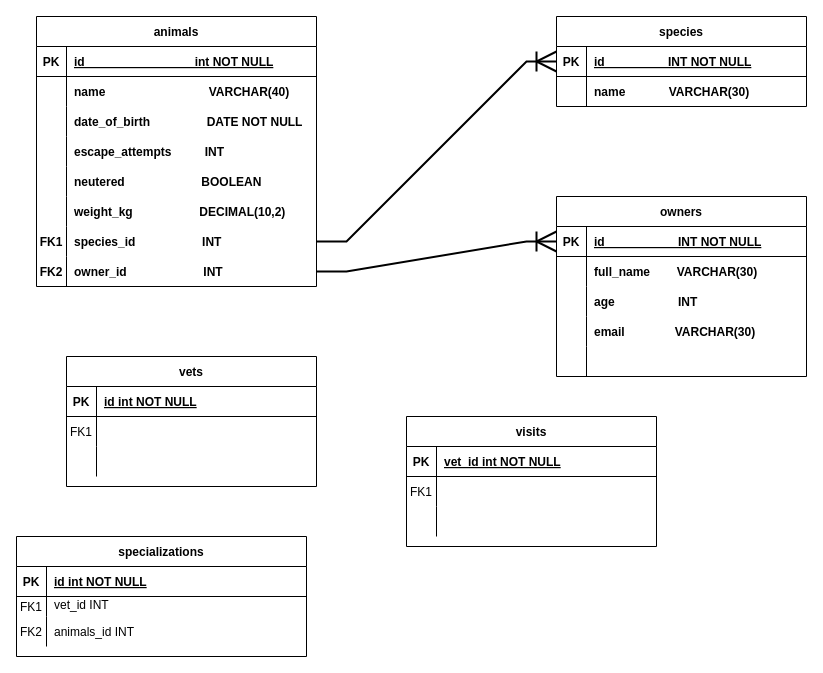
The draw.io diagram Untitled Diagram.drawio in mpa-mxiang/vet-clinic, before the edit. Source tidied: cells renumbered, new cells numbered last; positions are measured from the earlier drawing's top-left corner, leaving out a move shared by most shapes. Both pictures are drawn from the tidied source at 100%, with x=0, y=0 at pixel (16, 16).
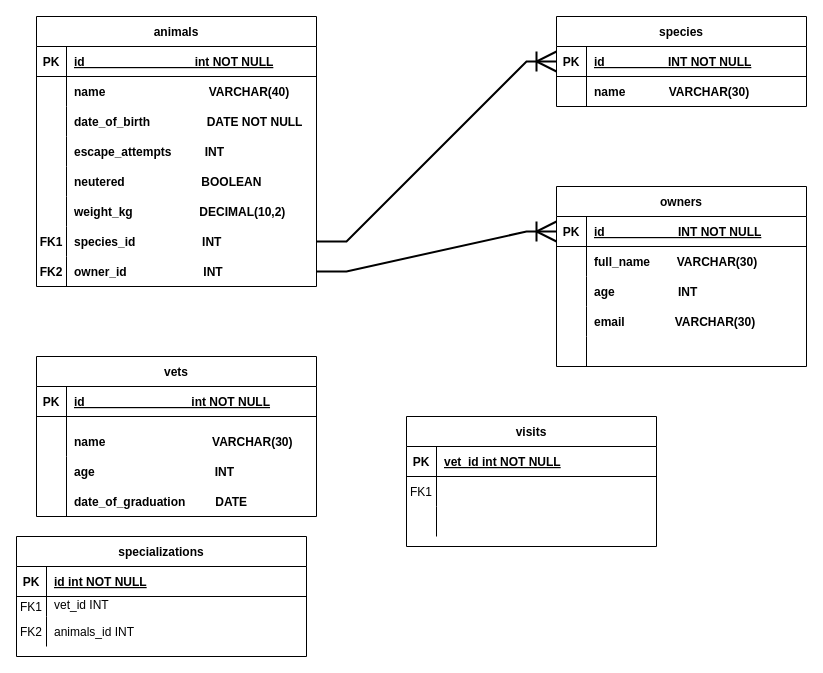
Above is the later version.

Commit message:
VETS TABLE CREATED AND DONE

What changed in the source:
```diff
@@
     <mxCell id="2" value="owners" style="shape=table;startSize=30;childLayout=tableLayout;rowLines=0;fontStyle=1;align=center;" parent="1" vertex="1">
-      <mxGeometry x="540" y="180" width="250" height="180" as="geometry" />
+      <mxGeometry x="540" y="170" width="250" height="180" as="geometry" />
     </mxCell>
@@
     <mxCell id="50" value="vets" style="shape=table;startSize=30;childLayout=tableLayout;rowLines=0;fontStyle=1;align=center;" parent="1" vertex="1">
-      <mxGeometry x="50" y="340" width="250" height="130" as="geometry" />
+      <mxGeometry x="20" y="340" width="280" height="160" as="geometry" />
     </mxCell>
     <mxCell id="51" style="shape=partialRectangle;fillColor=none;top=0;left=0;right=0;bottom=1;" parent="50" vertex="1">
-      <mxGeometry y="30" width="250" height="30" as="geometry" />
+      <mxGeometry y="30" width="280" height="30" as="geometry" />
     </mxCell>
@@
-    <mxCell id="53" value="id int NOT NULL " style="shape=partialRectangle;overflow=hidden;fillColor=none;top=0;left=0;bottom=0;right=0;align=left;spacingLeft=6;fontStyle=5;" parent="51" vertex="1">
-      <mxGeometry x="30" width="220" height="30" as="geometry" />
+    <mxCell id="53" value="id                                int NOT NULL " style="shape=partialRectangle;overflow=hidden;fillColor=none;top=0;left=0;bottom=0;right=0;align=left;spacingLeft=6;fontStyle=5;" parent="51" vertex="1">
+      <mxGeometry x="30" width="250" height="30" as="geometry" />
     </mxCell>
     <mxCell id="54" style="shape=partialRectangle;fillColor=none;top=0;left=0;right=0;bottom=0;" parent="50" vertex="1">
-      <mxGeometry y="60" width="250" height="30" as="geometry" />
+      <mxGeometry y="60" width="280" height="40" as="geometry" />
     </mxCell>
-    <mxCell id="55" value="FK1" style="shape=partialRectangle;overflow=hidden;fillColor=none;top=0;left=0;bottom=0;right=0;" parent="54" vertex="1">
-      <mxGeometry width="30" height="30" as="geometry" />
+    <mxCell id="55" style="shape=partialRectangle;overflow=hidden;fillColor=none;top=0;left=0;bottom=0;right=0;" parent="54" vertex="1">
+      <mxGeometry width="30" height="40" as="geometry" />
     </mxCell>
     <mxCell id="56" style="shape=partialRectangle;overflow=hidden;fillColor=none;top=0;left=0;bottom=0;right=0;align=left;spacingLeft=6;" parent="54" vertex="1">
-      <mxGeometry x="30" width="220" height="30" as="geometry" />
+      <mxGeometry x="30" width="250" height="40" as="geometry" />
     </mxCell>
     <mxCell id="57" style="shape=partialRectangle;fillColor=none;top=0;left=0;right=0;bottom=0;" parent="50" vertex="1">
-      <mxGeometry y="90" width="250" height="30" as="geometry" />
+      <mxGeometry y="100" width="280" height="60" as="geometry" />
     </mxCell>
     <mxCell id="58" style="shape=partialRectangle;overflow=hidden;fillColor=none;top=0;left=0;bottom=0;right=0;" parent="57" vertex="1">
-      <mxGeometry width="30" height="30" as="geometry" />
+      <mxGeometry width="30" height="60" as="geometry" />
     </mxCell>
-    <mxCell id="59" style="shape=partialRectangle;overflow=hidden;fillColor=none;top=0;left=0;bottom=0;right=0;align=left;spacingLeft=6;" parent="57" vertex="1">
-      <mxGeometry x="30" width="220" height="30" as="geometry" />
+    <mxCell id="59" style="shape=partialRectangle;overflow=hidden;fillColor=none;top=0;left=0;bottom=0;right=0;align=left;spacingLeft=6;spacing=3;" parent="57" vertex="1">
+      <mxGeometry x="30" width="250" height="60" as="geometry" />
     </mxCell>
@@
+    <mxCell id="82" value="name                                VARCHAR(30)" style="shape=partialRectangle;overflow=hidden;fillColor=none;top=0;left=0;bottom=0;right=0;align=left;spacingLeft=6;fontStyle=1;strokeColor=none;" parent="1" vertex="1">
+      <mxGeometry x="50" y="410" width="250" height="30" as="geometry" />
+    </mxCell>
+    <mxCell id="83" value="age                                    INT" style="shape=partialRectangle;overflow=hidden;fillColor=none;top=0;left=0;bottom=0;right=0;align=left;spacingLeft=6;fontStyle=1;strokeColor=none;" parent="1" vertex="1">
+      <mxGeometry x="50" y="440" width="220" height="30" as="geometry" />
+    </mxCell>
+    <mxCell id="84" value="date_of_graduation         DATE" style="shape=partialRectangle;overflow=hidden;fillColor=none;top=0;left=0;bottom=0;right=0;align=left;spacingLeft=6;fontStyle=1;strokeColor=none;" parent="1" vertex="1">
+      <mxGeometry x="50" y="470" width="220" height="30" as="geometry" />
+    </mxCell>
```
